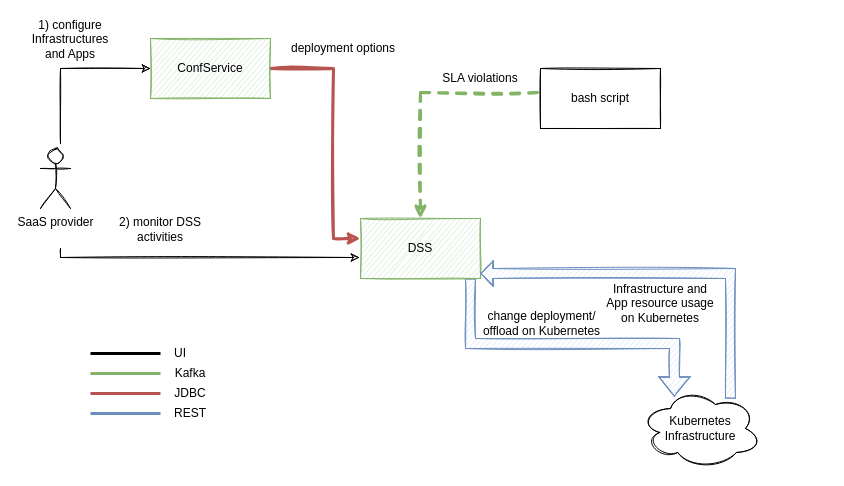
Above: doc/architecture/confservice_dss_no_pledger.drawio in redblade/confservicedss (draw.io), before the change. Source tidied: cells renumbered, new cells numbered last; positions are measured from the earlier drawing's top-left corner, leaving out a move shared by most shapes. Both pictures are drawn from the tidied source at 100%, with x=0, y=0 at pixel (20, 38).
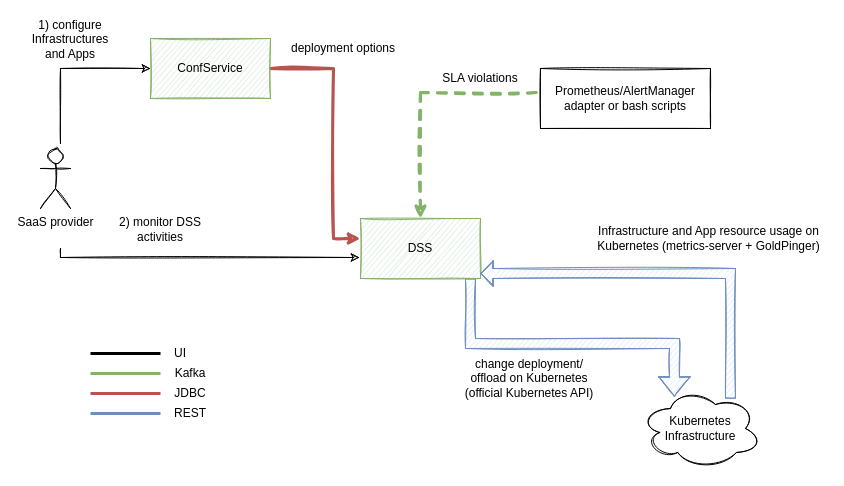
The same page after the edit.

Change to the diagram source:
```diff
@@
-    <mxCell id="4" value="bash script" style="rounded=0;whiteSpace=wrap;html=1;sketch=1;" parent="1" vertex="1">
-      <mxGeometry x="520" y="30" width="120" height="60" as="geometry" />
+    <mxCell id="4" value="Prometheus/AlertManager adapter or bash scripts" style="rounded=0;whiteSpace=wrap;html=1;sketch=1;" parent="1" vertex="1">
+      <mxGeometry x="520" y="30" width="170" height="60" as="geometry" />
     </mxCell>
@@
-    <mxCell id="20" value="change deployment/&lt;br&gt;offload on Kubernetes" style="text;html=1;strokeColor=none;fillColor=none;align=center;verticalAlign=middle;whiteSpace=wrap;rounded=0;shadow=0;sketch=1;" parent="1" vertex="1">
-      <mxGeometry x="460" y="275" width="123" height="20" as="geometry" />
+    <mxCell id="20" value="change deployment/&lt;br&gt;offload on Kubernetes (official Kubernetes API)" style="text;html=1;strokeColor=none;fillColor=none;align=center;verticalAlign=middle;whiteSpace=wrap;rounded=0;shadow=0;sketch=1;" parent="1" vertex="1">
+      <mxGeometry x="434" y="330" width="150" height="20" as="geometry" />
     </mxCell>
@@
-    <mxCell id="26" value="Infrastructure and App resource usage on Kubernetes" style="text;html=1;strokeColor=none;fillColor=none;align=center;verticalAlign=middle;whiteSpace=wrap;rounded=0;shadow=0;sketch=1;" parent="1" vertex="1">
-      <mxGeometry x="580" y="255" width="120" height="20" as="geometry" />
+    <mxCell id="26" value="Infrastructure and App resource usage on Kubernetes (metrics-server + GoldPinger)" style="text;html=1;strokeColor=none;fillColor=none;align=center;verticalAlign=middle;whiteSpace=wrap;rounded=0;shadow=0;sketch=1;" parent="1" vertex="1">
+      <mxGeometry x="570" y="190" width="237" height="20" as="geometry" />
     </mxCell>
```
